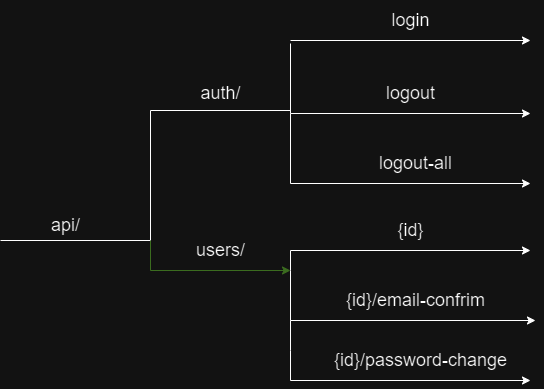
mohamedAbdelaleem/Majna-e-commerce keeps this draw.io diagram as majna_api_endpoints.png. Above is the earlier version. Source tidied: cells renumbered, new cells last; positions are measured from the earlier drawing's top-left corner, leaving out a move shared by most shapes. Source of this version:
```xml
<mxGraphModel>
  <root>
    <mxCell id="0" />
    <mxCell id="1" parent="0" />
    <mxCell id="2" style="endArrow=none;html=1;rounded=0;endFill=0;" parent="1" edge="1">
      <mxGeometry relative="1" as="geometry">
        <mxPoint y="240" as="sourcePoint" />
        <mxPoint x="150" y="240" as="targetPoint" />
      </mxGeometry>
    </mxCell>
    <mxCell id="3" value="&lt;font style=&quot;font-size: 18px;&quot;&gt;api/&lt;/font&gt;" style="text;html=1;align=center;verticalAlign=middle;strokeColor=none;fillColor=none;" parent="1" vertex="1">
      <mxGeometry x="40" y="205" width="50" height="40" as="geometry" />
    </mxCell>
    <mxCell id="4" style="edgeStyle=none;orthogonalLoop=1;jettySize=auto;html=1;rounded=0;endArrow=none;endFill=0;" parent="1" edge="1">
      <mxGeometry relative="1" as="geometry">
        <mxPoint x="150" y="240" as="sourcePoint" />
        <mxPoint x="290" y="110" as="targetPoint" />
        <Array as="points">
          <mxPoint x="150" y="110" />
        </Array>
      </mxGeometry>
    </mxCell>
    <mxCell id="5" value="&lt;font style=&quot;font-size: 18px;&quot;&gt;auth/&lt;/font&gt;" style="text;html=1;align=center;verticalAlign=middle;strokeColor=none;fillColor=none;" parent="1" vertex="1">
      <mxGeometry x="190" y="73" width="60" height="40" as="geometry" />
    </mxCell>
    <mxCell id="6" style="edgeStyle=none;orthogonalLoop=1;jettySize=auto;html=1;rounded=0;" parent="1" edge="1">
      <mxGeometry relative="1" as="geometry">
        <mxPoint x="290" y="40" as="sourcePoint" />
        <mxPoint x="530" y="40" as="targetPoint" />
        <Array as="points">
          <mxPoint x="290" y="40" />
        </Array>
      </mxGeometry>
    </mxCell>
    <mxCell id="7" value="&lt;font style=&quot;font-size: 18px;&quot;&gt;&lt;font style=&quot;&quot;&gt;login&lt;/font&gt;&lt;/font&gt;" style="text;html=1;align=center;verticalAlign=middle;strokeColor=none;fillColor=none;" parent="1" vertex="1">
      <mxGeometry x="380" width="60" height="40" as="geometry" />
    </mxCell>
    <mxCell id="8" style="edgeStyle=none;orthogonalLoop=1;jettySize=auto;html=1;rounded=0;" parent="1" edge="1">
      <mxGeometry relative="1" as="geometry">
        <mxPoint x="290" y="43" as="sourcePoint" />
        <mxPoint x="530" y="113" as="targetPoint" />
        <Array as="points">
          <mxPoint x="290" y="113" />
        </Array>
      </mxGeometry>
    </mxCell>
    <mxCell id="9" value="&lt;font style=&quot;font-size: 18px;&quot;&gt;&lt;font style=&quot;&quot;&gt;logout&lt;/font&gt;&lt;/font&gt;" style="text;html=1;align=center;verticalAlign=middle;strokeColor=none;fillColor=none;" parent="1" vertex="1">
      <mxGeometry x="375" y="73" width="70" height="40" as="geometry" />
    </mxCell>
    <mxCell id="10" style="edgeStyle=none;orthogonalLoop=1;jettySize=auto;html=1;rounded=0;" parent="1" edge="1">
      <mxGeometry relative="1" as="geometry">
        <mxPoint x="290" y="113" as="sourcePoint" />
        <mxPoint x="530" y="183" as="targetPoint" />
        <Array as="points">
          <mxPoint x="290" y="183" />
        </Array>
      </mxGeometry>
    </mxCell>
    <mxCell id="11" value="&lt;font style=&quot;font-size: 18px;&quot;&gt;&lt;font style=&quot;&quot;&gt;logout-all&lt;/font&gt;&lt;/font&gt;" style="text;html=1;align=center;verticalAlign=middle;strokeColor=none;fillColor=none;" parent="1" vertex="1">
      <mxGeometry x="365" y="143" width="100" height="40" as="geometry" />
    </mxCell>
    <mxCell id="12" style="edgeStyle=none;orthogonalLoop=1;jettySize=auto;html=1;rounded=0;fillColor=#d5e8d4;strokeColor=#82b366;" parent="1" edge="1">
      <mxGeometry relative="1" as="geometry">
        <mxPoint x="150" y="240" as="sourcePoint" />
        <mxPoint x="290" y="270" as="targetPoint" />
        <Array as="points">
          <mxPoint x="150" y="270" />
        </Array>
      </mxGeometry>
    </mxCell>
    <mxCell id="13" value="&lt;font style=&quot;font-size: 18px;&quot;&gt;users/&lt;/font&gt;" style="text;html=1;align=center;verticalAlign=middle;strokeColor=none;fillColor=none;" parent="1" vertex="1">
      <mxGeometry x="185" y="230" width="70" height="40" as="geometry" />
    </mxCell>
    <mxCell id="14" style="edgeStyle=none;orthogonalLoop=1;jettySize=auto;html=1;rounded=0;" parent="1" edge="1">
      <mxGeometry relative="1" as="geometry">
        <mxPoint x="290" y="270" as="sourcePoint" />
        <mxPoint x="530" y="250" as="targetPoint" />
        <Array as="points">
          <mxPoint x="290" y="250" />
        </Array>
      </mxGeometry>
    </mxCell>
    <mxCell id="15" value="&lt;font style=&quot;font-size: 18px;&quot;&gt;&lt;font style=&quot;&quot;&gt;{id}&lt;/font&gt;&lt;/font&gt;" style="text;html=1;align=center;verticalAlign=middle;strokeColor=none;fillColor=none;" parent="1" vertex="1">
      <mxGeometry x="385" y="210" width="50" height="40" as="geometry" />
    </mxCell>
    <mxCell id="16" style="edgeStyle=none;orthogonalLoop=1;jettySize=auto;html=1;rounded=0;" parent="1" edge="1">
      <mxGeometry relative="1" as="geometry">
        <mxPoint x="290" y="270" as="sourcePoint" />
        <mxPoint x="535" y="320" as="targetPoint" />
        <Array as="points">
          <mxPoint x="290" y="320" />
        </Array>
      </mxGeometry>
    </mxCell>
    <mxCell id="17" value="&lt;font style=&quot;font-size: 18px;&quot;&gt;&lt;font style=&quot;&quot;&gt;{id}/password-change&lt;/font&gt;&lt;/font&gt;" style="text;html=1;align=center;verticalAlign=middle;strokeColor=none;fillColor=none;" parent="1" vertex="1">
      <mxGeometry x="320" y="340" width="200" height="40" as="geometry" />
    </mxCell>
    <mxCell id="18" style="edgeStyle=none;orthogonalLoop=1;jettySize=auto;html=1;rounded=0;" parent="1" edge="1">
      <mxGeometry relative="1" as="geometry">
        <mxPoint x="290" y="320" as="sourcePoint" />
        <mxPoint x="530" y="380" as="targetPoint" />
        <Array as="points">
          <mxPoint x="290" y="350" />
          <mxPoint x="290" y="380" />
        </Array>
      </mxGeometry>
    </mxCell>
    <mxCell id="19" value="&lt;font style=&quot;font-size: 18px;&quot;&gt;&lt;font style=&quot;&quot;&gt;{id}/email-confrim&lt;/font&gt;&lt;/font&gt;" style="text;html=1;align=center;verticalAlign=middle;strokeColor=none;fillColor=none;" parent="1" vertex="1">
      <mxGeometry x="335" y="280" width="160" height="40" as="geometry" />
    </mxCell>
  </root>
</mxGraphModel>
```
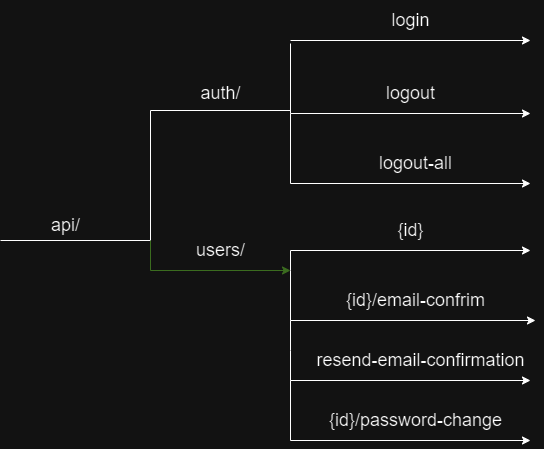
The same diagram one commit later.

Commit message:
resend email

Change to the diagram source:
```diff
@@ -92,8 +92,8 @@
         </Array>
       </mxGeometry>
     </mxCell>
-    <mxCell id="17" value="&lt;font style=&quot;font-size: 18px;&quot;&gt;&lt;font style=&quot;&quot;&gt;{id}/password-change&lt;/font&gt;&lt;/font&gt;" style="text;html=1;align=center;verticalAlign=middle;strokeColor=none;fillColor=none;" parent="1" vertex="1">
-      <mxGeometry x="320" y="340" width="200" height="40" as="geometry" />
+    <mxCell id="17" value="&lt;font style=&quot;font-size: 18px;&quot;&gt;&lt;font style=&quot;&quot;&gt;resend-email-confirmation&lt;/font&gt;&lt;/font&gt;" style="text;html=1;align=center;verticalAlign=middle;strokeColor=none;fillColor=none;" parent="1" vertex="1">
+      <mxGeometry x="305" y="340" width="230" height="40" as="geometry" />
     </mxCell>
     <mxCell id="18" style="edgeStyle=none;orthogonalLoop=1;jettySize=auto;html=1;rounded=0;" parent="1" edge="1">
       <mxGeometry relative="1" as="geometry">
@@ -108,5 +108,17 @@
     <mxCell id="19" value="&lt;font style=&quot;font-size: 18px;&quot;&gt;&lt;font style=&quot;&quot;&gt;{id}/email-confrim&lt;/font&gt;&lt;/font&gt;" style="text;html=1;align=center;verticalAlign=middle;strokeColor=none;fillColor=none;" parent="1" vertex="1">
       <mxGeometry x="335" y="280" width="160" height="40" as="geometry" />
     </mxCell>
+    <mxCell id="20" value="&lt;font style=&quot;font-size: 18px;&quot;&gt;&lt;font style=&quot;&quot;&gt;{id}/password-change&lt;/font&gt;&lt;/font&gt;" style="text;html=1;align=center;verticalAlign=middle;strokeColor=none;fillColor=none;" parent="1" vertex="1">
+      <mxGeometry x="315" y="400" width="200" height="40" as="geometry" />
+    </mxCell>
+    <mxCell id="21" style="edgeStyle=none;orthogonalLoop=1;jettySize=auto;html=1;rounded=0;" parent="1" edge="1">
+      <mxGeometry relative="1" as="geometry">
+        <mxPoint x="290" y="380" as="sourcePoint" />
+        <mxPoint x="530" y="440" as="targetPoint" />
+        <Array as="points">
+          <mxPoint x="290" y="440" />
+        </Array>
+      </mxGeometry>
+    </mxCell>
   </root>
 </mxGraphModel>
```
